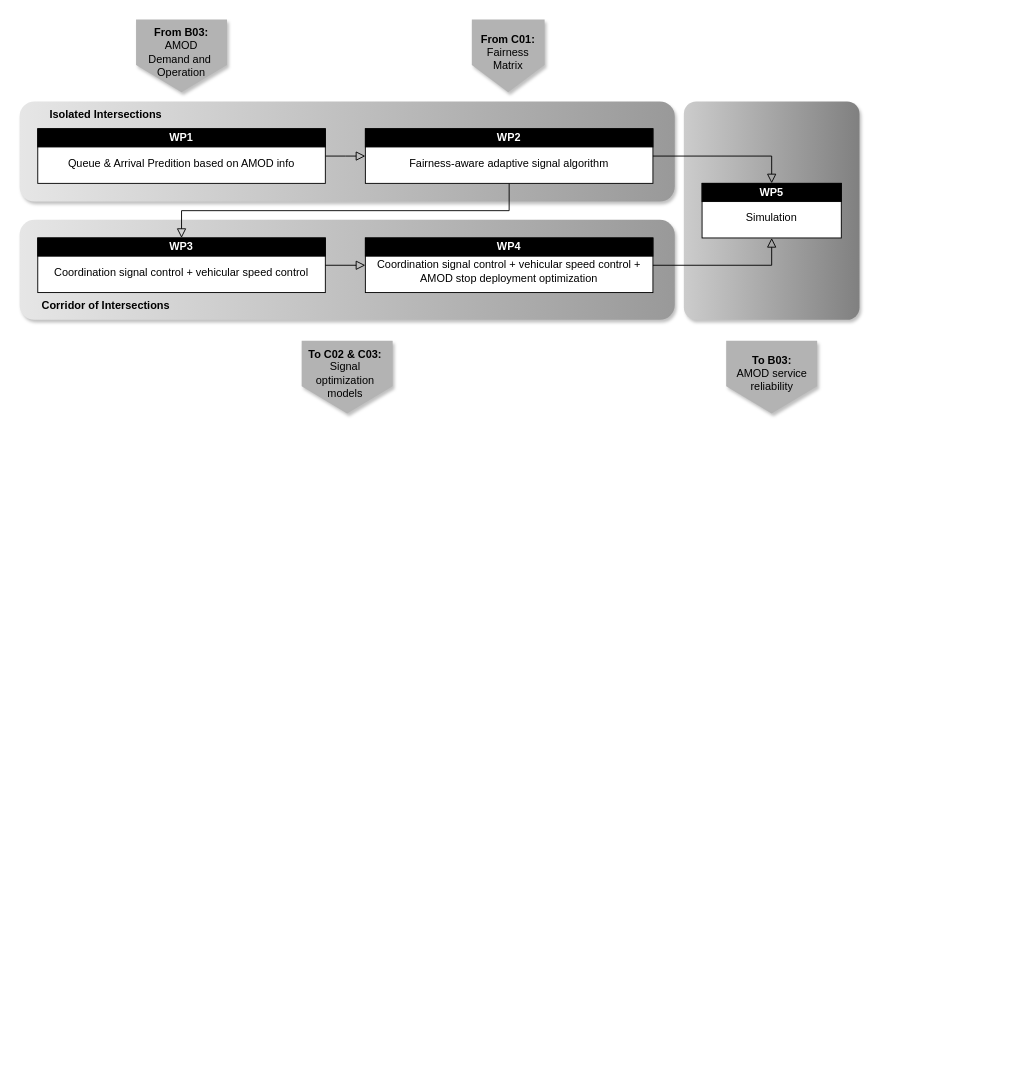
menglinyang19/AgiMo keeps this draw.io diagram as WP_structure.drawio. Above is the earlier version. Source tidied: cells renumbered, new cells numbered last; positions are measured from the earlier drawing's top-left corner, leaving out a move shared by most shapes. Both pictures are drawn from the tidied source at 91%, with x=0, y=0 at pixel (19, 19).
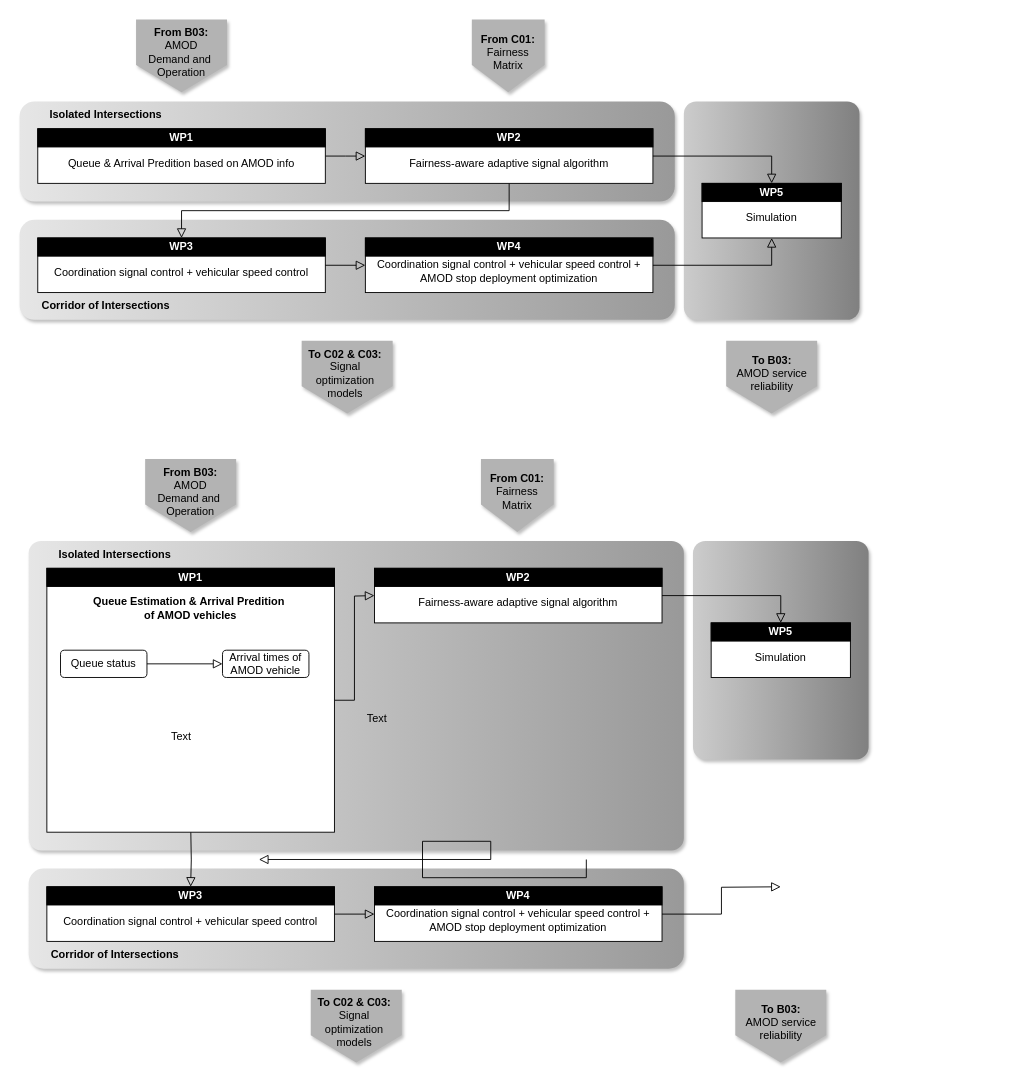
The same page after the edit.

Diff of the diagram source:
```diff
@@
+    <mxCell id="34" style="rounded=1;whiteSpace=wrap;html=1;fillStyle=hatch;fillColor=#CCCCCC;gradientColor=#808080;gradientDirection=east;strokeColor=none;arcSize=7;shadow=1;" parent="1" vertex="1">
+      <mxGeometry x="740" y="573" width="193" height="240" as="geometry" />
+    </mxCell>
+    <mxCell id="35" style="rounded=1;whiteSpace=wrap;html=1;fillStyle=hatch;fillColor=#E6E6E6;gradientColor=#999999;gradientDirection=east;strokeColor=none;shadow=1;" parent="1" vertex="1">
+      <mxGeometry x="10" y="933" width="720" height="110" as="geometry" />
+    </mxCell>
+    <mxCell id="36" style="rounded=1;whiteSpace=wrap;html=1;fillStyle=auto;fillColor=#E6E6E6;gradientColor=#999999;gradientDirection=east;dashed=1;strokeColor=none;shadow=1;arcSize=4;" parent="1" vertex="1">
+      <mxGeometry x="10" y="573" width="720" height="340" as="geometry" />
+    </mxCell>
+    <mxCell id="37" value="&lt;div&gt;&lt;/div&gt;&lt;div&gt;&lt;br&gt;&lt;/div&gt;&lt;div&gt;Coordination signal control + vehicular speed control + AMOD stop deployment optimization&lt;br&gt;&lt;/div&gt;" style="rounded=0;whiteSpace=wrap;html=1;" parent="1" vertex="1">
+      <mxGeometry x="390" y="953" width="316" height="60" as="geometry" />
+    </mxCell>
+    <mxCell id="38" value="&lt;span style=&quot;font-family: Helvetica; font-size: 12px; font-style: normal; font-variant-ligatures: normal; font-variant-caps: normal; letter-spacing: normal; orphans: 2; text-indent: 0px; text-transform: none; widows: 2; word-spacing: 0px; -webkit-text-stroke-width: 0px; white-space: normal; text-decoration-thickness: initial; text-decoration-style: initial; text-decoration-color: initial; float: none; background-color: rgb(0, 0, 0); display: inline !important;&quot;&gt;&lt;font style=&quot;&quot; color=&quot;#ffffff&quot;&gt;&lt;b&gt;WP4&lt;/b&gt;&lt;/font&gt;&lt;/span&gt;" style="rounded=0;whiteSpace=wrap;html=1;align=center;verticalAlign=middle;fillColor=#000000;" parent="1" vertex="1">
+      <mxGeometry x="390" y="953" width="316" height="20" as="geometry" />
+    </mxCell>
+    <mxCell id="39" value="&lt;b&gt;Corridor of Intersections&lt;/b&gt;" style="text;html=1;align=center;verticalAlign=middle;whiteSpace=wrap;rounded=0;" parent="1" vertex="1">
+      <mxGeometry x="30" y="1013" width="150" height="30" as="geometry" />
+    </mxCell>
+    <mxCell id="40" style="group;rounded=0;" parent="1" vertex="1">
+      <mxGeometry x="30" y="953" width="316" height="60" as="geometry" />
+    </mxCell>
+    <mxCell id="41" value="&lt;div&gt;&lt;/div&gt;&lt;div&gt;&lt;br&gt;&lt;/div&gt;&lt;div&gt;Coordination signal control + vehicular speed control&lt;br&gt;&lt;/div&gt;" style="rounded=0;whiteSpace=wrap;html=1;" parent="40" vertex="1">
+      <mxGeometry width="316" height="60" as="geometry" />
+    </mxCell>
+    <mxCell id="42" value="&lt;span style=&quot;font-family: Helvetica; font-size: 12px; font-style: normal; font-variant-ligatures: normal; font-variant-caps: normal; letter-spacing: normal; orphans: 2; text-indent: 0px; text-transform: none; widows: 2; word-spacing: 0px; -webkit-text-stroke-width: 0px; white-space: normal; text-decoration-thickness: initial; text-decoration-style: initial; text-decoration-color: initial; float: none; background-color: rgb(0, 0, 0); display: inline !important;&quot;&gt;&lt;font style=&quot;&quot; color=&quot;#ffffff&quot;&gt;&lt;b&gt;WP3&lt;/b&gt;&lt;/font&gt;&lt;/span&gt;" style="rounded=0;whiteSpace=wrap;html=1;align=center;verticalAlign=middle;fillColor=#000000;" parent="40" vertex="1">
+      <mxGeometry width="316" height="20" as="geometry" />
+    </mxCell>
+    <mxCell id="43" style="edgeStyle=orthogonalEdgeStyle;rounded=0;html=1;jettySize=auto;fontSize=11;endArrow=block;endFill=0;endSize=8;strokeWidth=1;shadow=0;labelBackgroundColor=none;exitX=1;exitY=0.5;exitDx=0;exitDy=0;" parent="1" edge="1" source="49">
+      <mxGeometry y="10" relative="1" as="geometry">
+        <mxPoint x="390" y="633" as="targetPoint" />
+      </mxGeometry>
+    </mxCell>
+    <mxCell id="44" style="edgeStyle=orthogonalEdgeStyle;rounded=0;html=1;jettySize=auto;fontSize=11;endArrow=block;endFill=0;endSize=8;strokeWidth=1;shadow=0;labelBackgroundColor=none;exitX=1;exitY=0.5;exitDx=0;exitDy=0;entryX=0;entryY=0.5;entryDx=0;entryDy=0;" parent="1" edge="1" source="41" target="37">
+      <mxGeometry y="10" relative="1" as="geometry" />
+    </mxCell>
+    <mxCell id="45" style="edgeStyle=orthogonalEdgeStyle;rounded=0;html=1;jettySize=auto;fontSize=11;endArrow=block;endFill=0;endSize=8;strokeWidth=1;shadow=0;labelBackgroundColor=none;exitX=1;exitY=0.5;exitDx=0;exitDy=0;entryX=0.5;entryY=1;entryDx=0;entryDy=0;" parent="1" edge="1" source="37">
+      <mxGeometry y="10" relative="1" as="geometry">
+        <mxPoint x="836.5" y="953" as="targetPoint" />
+      </mxGeometry>
+    </mxCell>
+    <mxCell id="46" value="&lt;b&gt;Isolated Intersections&lt;/b&gt;" style="text;html=1;align=center;verticalAlign=middle;whiteSpace=wrap;rounded=0;" parent="1" vertex="1">
+      <mxGeometry x="30" y="573" width="150" height="30" as="geometry" />
+    </mxCell>
+    <mxCell id="47" style="edgeStyle=orthogonalEdgeStyle;rounded=0;html=1;jettySize=auto;fontSize=11;endArrow=block;endFill=0;endSize=8;strokeWidth=1;shadow=0;labelBackgroundColor=none;exitX=0.5;exitY=1;exitDx=0;exitDy=0;entryX=0.5;entryY=0;entryDx=0;entryDy=0;curved=0;" parent="1" edge="1" target="42">
+      <mxGeometry y="10" relative="1" as="geometry">
+        <mxPoint x="188.2" y="893" as="sourcePoint" />
+      </mxGeometry>
+    </mxCell>
+    <mxCell id="48" style="group;shadow=1;rounded=0;" parent="1" vertex="1">
+      <mxGeometry x="30" y="603" width="316" height="290" as="geometry" />
+    </mxCell>
+    <mxCell id="49" value="&lt;div&gt;&lt;br&gt;&lt;/div&gt;&lt;div&gt;&lt;b&gt;Queue Estimation &amp;amp; Arrival Predition&amp;nbsp;&lt;/b&gt;&lt;/div&gt;&lt;div&gt;&lt;b&gt;of AMOD vehicles&lt;/b&gt;&lt;/div&gt;&lt;div&gt;&lt;br&gt;&lt;/div&gt;&lt;div&gt;&lt;br&gt;&lt;/div&gt;&lt;div&gt;&lt;br&gt;&lt;/div&gt;&lt;div&gt;&lt;br&gt;&lt;/div&gt;&lt;div&gt;&lt;br&gt;&lt;/div&gt;&lt;div&gt;&lt;br&gt;&lt;/div&gt;&lt;div&gt;&lt;br&gt;&lt;/div&gt;&lt;div&gt;&lt;br&gt;&lt;/div&gt;&lt;div&gt;&lt;br&gt;&lt;/div&gt;&lt;div&gt;&lt;br&gt;&lt;/div&gt;&lt;div&gt;&lt;br&gt;&lt;/div&gt;&lt;div&gt;&lt;br&gt;&lt;/div&gt;&lt;div&gt;&lt;br&gt;&lt;/div&gt;&lt;div&gt;&lt;br&gt;&lt;/div&gt;&lt;div&gt;&lt;br&gt;&lt;/div&gt;" style="rounded=0;whiteSpace=wrap;html=1;" parent="48" vertex="1">
+      <mxGeometry width="316" height="290" as="geometry" />
+    </mxCell>
+    <mxCell id="50" value="&lt;span style=&quot;font-family: Helvetica; font-size: 12px; font-style: normal; font-variant-ligatures: normal; font-variant-caps: normal; letter-spacing: normal; orphans: 2; text-indent: 0px; text-transform: none; widows: 2; word-spacing: 0px; -webkit-text-stroke-width: 0px; white-space: normal; text-decoration-thickness: initial; text-decoration-style: initial; text-decoration-color: initial; float: none; background-color: rgb(0, 0, 0); display: inline !important;&quot;&gt;&lt;font style=&quot;&quot; color=&quot;#ffffff&quot;&gt;&lt;b&gt;WP1&lt;/b&gt;&lt;/font&gt;&lt;/span&gt;" style="rounded=0;whiteSpace=wrap;html=1;align=center;verticalAlign=middle;fillColor=#000000;" parent="48" vertex="1">
+      <mxGeometry width="316" height="20" as="geometry" />
+    </mxCell>
+    <mxCell id="51" value="Queue status" style="rounded=1;whiteSpace=wrap;html=1;" parent="48" vertex="1">
+      <mxGeometry x="15" y="90" width="95" height="30" as="geometry" />
+    </mxCell>
+    <mxCell id="52" value="Arrival times of AMOD vehicle" style="rounded=1;whiteSpace=wrap;html=1;" parent="48" vertex="1">
+      <mxGeometry x="193" y="90" width="95" height="30" as="geometry" />
+    </mxCell>
+    <mxCell id="53" style="edgeStyle=orthogonalEdgeStyle;rounded=0;html=1;jettySize=auto;fontSize=11;endArrow=block;endFill=0;endSize=8;strokeWidth=1;shadow=0;labelBackgroundColor=none;exitX=1;exitY=0.5;exitDx=0;exitDy=0;entryX=0;entryY=0.5;entryDx=0;entryDy=0;" parent="48" edge="1" source="51" target="52">
+      <mxGeometry y="10" relative="1" as="geometry" />
+    </mxCell>
+    <mxCell id="54" value="Text" style="text;html=1;align=center;verticalAlign=middle;whiteSpace=wrap;rounded=0;" parent="48" vertex="1">
+      <mxGeometry x="118" y="170" width="60" height="30" as="geometry" />
+    </mxCell>
+    <mxCell id="55" style="shape=offPageConnector;whiteSpace=wrap;html=1;rounded=0;fillColor=#B3B3B3;strokeColor=none;shadow=1;" parent="1" vertex="1">
+      <mxGeometry x="138" y="483" width="100" height="80" as="geometry" />
+    </mxCell>
+    <mxCell id="56" value="From B03:&lt;div&gt;&lt;span style=&quot;font-weight: normal;&quot;&gt;AMOD Demand and&amp;nbsp; Operation&lt;/span&gt;&lt;/div&gt;" style="text;html=1;align=center;verticalAlign=middle;whiteSpace=wrap;rounded=0;fontStyle=1;" parent="1" vertex="1">
+      <mxGeometry x="148" y="501.5" width="80" height="35" as="geometry" />
+    </mxCell>
+    <mxCell id="57" style="shape=offPageConnector;whiteSpace=wrap;html=1;rounded=0;fillColor=#B3B3B3;strokeColor=none;shadow=1;" parent="1" vertex="1">
+      <mxGeometry x="507" y="483" width="80" height="80" as="geometry" />
+    </mxCell>
+    <mxCell id="58" value="From C01:&lt;div&gt;&lt;span style=&quot;font-weight: normal;&quot;&gt;Fairness&lt;/span&gt;&lt;/div&gt;&lt;div&gt;&lt;span style=&quot;font-weight: normal;&quot;&gt;Matrix&lt;/span&gt;&lt;/div&gt;" style="text;html=1;align=center;verticalAlign=middle;whiteSpace=wrap;rounded=0;fontStyle=1;" parent="1" vertex="1">
+      <mxGeometry x="515" y="501.5" width="64" height="35" as="geometry" />
+    </mxCell>
+    <mxCell id="59" style="shape=offPageConnector;whiteSpace=wrap;html=1;rounded=0;fillColor=#B3B3B3;strokeColor=none;shadow=1;" parent="1" vertex="1">
+      <mxGeometry x="786.5" y="1066" width="100" height="80" as="geometry" />
+    </mxCell>
+    <mxCell id="60" value="To B03:&lt;div&gt;&lt;span style=&quot;font-weight: normal;&quot;&gt;AMOD service reliability&lt;/span&gt;&lt;/div&gt;" style="text;html=1;align=center;verticalAlign=middle;whiteSpace=wrap;rounded=0;fontStyle=1;" parent="1" vertex="1">
+      <mxGeometry x="796.5" y="1084.5" width="80" height="35" as="geometry" />
+    </mxCell>
+    <mxCell id="61" style="shape=offPageConnector;whiteSpace=wrap;html=1;rounded=0;fillColor=#B3B3B3;strokeColor=none;shadow=1;" parent="1" vertex="1">
+      <mxGeometry x="320" y="1066" width="100" height="80" as="geometry" />
+    </mxCell>
+    <mxCell id="62" value="To C02 &amp;amp; C03:&lt;div&gt;&lt;span style=&quot;font-weight: normal;&quot;&gt;Signal optimization models&lt;/span&gt;&lt;/div&gt;" style="text;html=1;align=center;verticalAlign=middle;whiteSpace=wrap;rounded=0;fontStyle=1;" parent="1" vertex="1">
+      <mxGeometry x="326" y="1084.5" width="84" height="35" as="geometry" />
+    </mxCell>
+    <mxCell id="63" value="&lt;div&gt;&lt;br&gt;&lt;/div&gt;Fairness-aware adaptive signal algorithm" style="rounded=0;whiteSpace=wrap;html=1;" parent="1" vertex="1">
+      <mxGeometry x="390" y="603" width="316" height="60" as="geometry" />
+    </mxCell>
+    <mxCell id="64" value="&lt;span style=&quot;font-family: Helvetica; font-size: 12px; font-style: normal; font-variant-ligatures: normal; font-variant-caps: normal; letter-spacing: normal; orphans: 2; text-indent: 0px; text-transform: none; widows: 2; word-spacing: 0px; -webkit-text-stroke-width: 0px; white-space: normal; text-decoration-thickness: initial; text-decoration-style: initial; text-decoration-color: initial; float: none; background-color: rgb(0, 0, 0); display: inline !important;&quot;&gt;&lt;font style=&quot;&quot; color=&quot;#ffffff&quot;&gt;&lt;b&gt;WP2&lt;/b&gt;&lt;/font&gt;&lt;/span&gt;" style="rounded=0;whiteSpace=wrap;html=1;align=center;verticalAlign=middle;fillColor=#000000;" parent="1" vertex="1">
+      <mxGeometry x="390" y="603" width="316" height="20" as="geometry" />
+    </mxCell>
+    <mxCell id="65" style="group;rounded=0;" parent="1" vertex="1">
+      <mxGeometry x="760" y="663" width="153" height="60" as="geometry" />
+    </mxCell>
+    <mxCell id="66" value="&lt;div&gt;&lt;/div&gt;&lt;div&gt;&lt;br&gt;&lt;/div&gt;&lt;div&gt;Simulation&lt;/div&gt;" style="rounded=0;whiteSpace=wrap;html=1;" parent="65" vertex="1">
+      <mxGeometry width="153" height="60" as="geometry" />
+    </mxCell>
+    <mxCell id="67" value="&lt;span style=&quot;font-family: Helvetica; font-size: 12px; font-style: normal; font-variant-ligatures: normal; font-variant-caps: normal; letter-spacing: normal; orphans: 2; text-indent: 0px; text-transform: none; widows: 2; word-spacing: 0px; -webkit-text-stroke-width: 0px; white-space: normal; text-decoration-thickness: initial; text-decoration-style: initial; text-decoration-color: initial; float: none; background-color: rgb(0, 0, 0); display: inline !important;&quot;&gt;&lt;font style=&quot;&quot; color=&quot;#ffffff&quot;&gt;&lt;b&gt;WP5&lt;/b&gt;&lt;/font&gt;&lt;/span&gt;" style="rounded=0;whiteSpace=wrap;html=1;align=center;verticalAlign=middle;fillColor=#000000;" parent="65" vertex="1">
+      <mxGeometry width="153" height="20" as="geometry" />
+    </mxCell>
+    <mxCell id="68" style="edgeStyle=orthogonalEdgeStyle;rounded=0;html=1;jettySize=auto;fontSize=11;endArrow=block;endFill=0;endSize=8;strokeWidth=1;shadow=0;labelBackgroundColor=none;exitX=1;exitY=0.5;exitDx=0;exitDy=0;entryX=0.5;entryY=0;entryDx=0;entryDy=0;" parent="1" edge="1" source="63" target="67">
+      <mxGeometry y="10" relative="1" as="geometry" />
+    </mxCell>
+    <mxCell id="69" style="edgeStyle=orthogonalEdgeStyle;rounded=0;html=1;jettySize=auto;orthogonalLoop=1;fontSize=11;endArrow=block;endFill=0;endSize=8;strokeWidth=1;shadow=0;labelBackgroundColor=none;exitX=0.5;exitY=1;exitDx=0;exitDy=0;entryX=0.5;entryY=0;entryDx=0;entryDy=0;curved=0;" parent="1" edge="1">
+      <mxGeometry y="10" relative="1" as="geometry">
+        <mxPoint x="622.8" y="923" as="sourcePoint" />
+        <mxPoint x="263" y="923" as="targetPoint" />
+        <Array as="points">
+          <mxPoint x="622.8" y="943" />
+          <mxPoint x="442.8" y="943" />
+          <mxPoint x="442.8" y="903" />
+          <mxPoint x="517.8" y="903" />
+          <mxPoint x="517.8" y="923" />
+        </Array>
+      </mxGeometry>
+    </mxCell>
+    <mxCell id="70" value="Text" style="text;html=1;align=center;verticalAlign=middle;whiteSpace=wrap;rounded=0;" parent="1" vertex="1">
+      <mxGeometry x="363" y="753" width="60" height="30" as="geometry" />
+    </mxCell>
```
